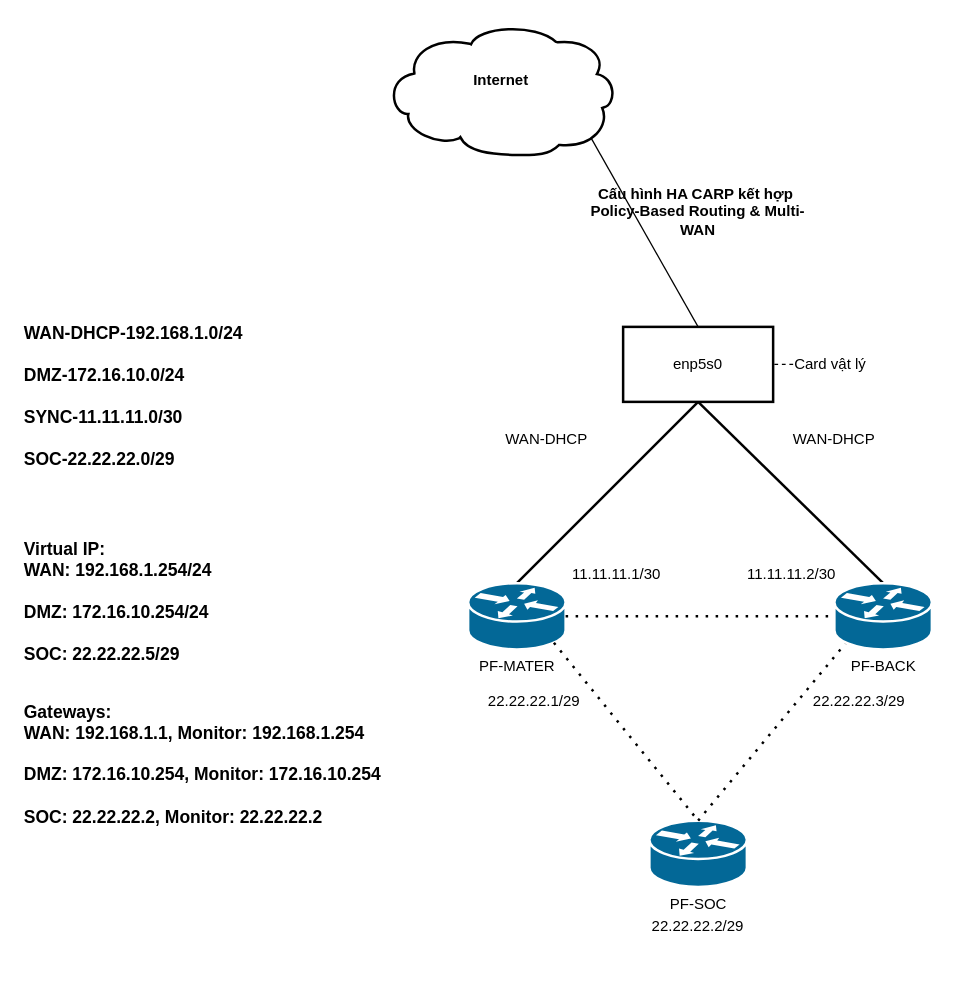
This is lab-001-pfsense-PBR-Multi-WAN.drawio from BHNamSSD/pfsense, a draw.io file, before an edit. Source tidied: cells renumbered, new cells numbered last; positions are measured from the earlier drawing's top-left corner, leaving out a move shared by most shapes. Both pictures are drawn from the tidied source at 125%, with x=0, y=0 at pixel (21, 22).
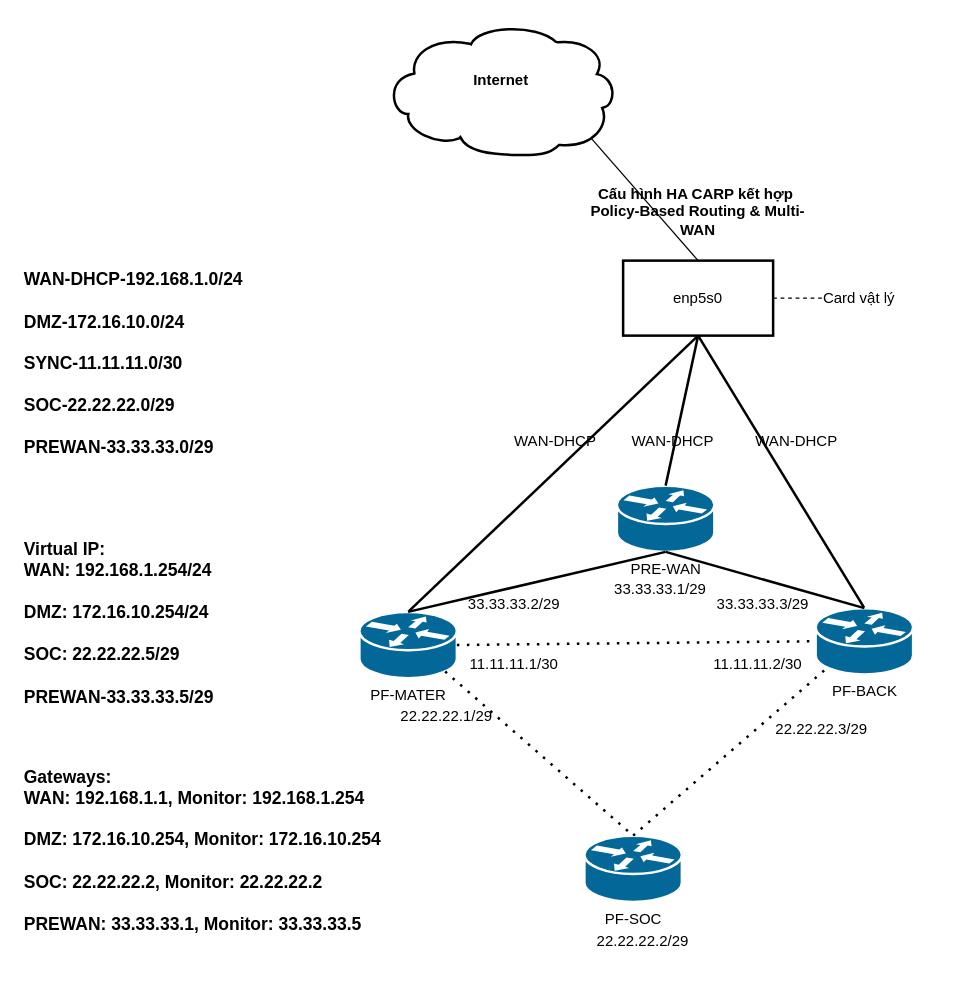
The same diagram, later.

Commit message (it also covers changes not shown here):
Cập nhật lab-001-pfsense-PBR-Multi-WAN.drawio

The edit, as a diff of the source:
```diff
@@
     <mxCell id="4" value="enp5s0" style="rounded=0;whiteSpace=wrap;html=1;strokeWidth=2;" parent="1" vertex="1">
-      <mxGeometry x="481" y="243" width="120" height="60" as="geometry" />
+      <mxGeometry x="481" y="190" width="120" height="60" as="geometry" />
     </mxCell>
     <mxCell id="5" value="Card vật lý" style="text;html=1;align=center;verticalAlign=middle;whiteSpace=wrap;rounded=0;" parent="1" vertex="1">
-      <mxGeometry x="617" y="258" width="60" height="30" as="geometry" />
+      <mxGeometry x="640" y="205" width="60" height="30" as="geometry" />
     </mxCell>
@@
     <mxCell id="8" value="WAN-DHCP" style="text;html=1;align=center;verticalAlign=middle;whiteSpace=wrap;rounded=0;" parent="1" vertex="1">
-      <mxGeometry x="380" y="318" width="80" height="30" as="geometry" />
+      <mxGeometry x="481" y="320" width="80" height="30" as="geometry" />
     </mxCell>
     <mxCell id="9" value="WAN-DHCP" style="text;html=1;align=center;verticalAlign=middle;whiteSpace=wrap;rounded=0;" parent="1" vertex="1">
-      <mxGeometry x="610" y="318" width="80" height="30" as="geometry" />
+      <mxGeometry x="580" y="320" width="80" height="30" as="geometry" />
     </mxCell>
@@
     <mxCell id="11" value="PF-SOC" style="shape=mxgraph.cisco.routers.router;sketch=0;html=1;dashed=0;fillColor=#036897;strokeColor=#ffffff;strokeWidth=2;verticalLabelPosition=bottom;verticalAlign=top;align=center;outlineConnect=0;" parent="1" vertex="1">
-      <mxGeometry x="502" y="638" width="78" height="53" as="geometry" />
+      <mxGeometry x="450" y="650" width="78" height="53" as="geometry" />
     </mxCell>
     <mxCell id="12" value="22.22.22.2/29" style="text;html=1;align=center;verticalAlign=middle;whiteSpace=wrap;rounded=0;" parent="1" vertex="1">
-      <mxGeometry x="511" y="708" width="60" height="30" as="geometry" />
+      <mxGeometry x="467" y="720" width="60" height="30" as="geometry" />
     </mxCell>
@@
-    <mxCell id="14" value="&lt;div&gt;&lt;span&gt;WAN-DHCP-192.168.1.0/24&lt;/span&gt;&lt;/div&gt;&lt;div&gt;&lt;span&gt;&lt;br&gt;&lt;/span&gt;&lt;/div&gt;&lt;div&gt;&lt;span&gt;DMZ-172.16.10.0/24&lt;/span&gt;&lt;/div&gt;&lt;div&gt;&lt;span&gt;&lt;br&gt;&lt;/span&gt;&lt;/div&gt;&lt;div&gt;&lt;span&gt;SYNC-11.11.11.0/30&lt;/span&gt;&lt;/div&gt;&lt;div&gt;&lt;br&gt;&lt;/div&gt;&lt;div&gt;SOC-22.22.22.0/29&lt;/div&gt;&lt;div&gt;&lt;span&gt;&lt;br&gt;&lt;/span&gt;&lt;/div&gt;" style="text;html=1;align=left;verticalAlign=top;whiteSpace=wrap;rounded=0;fontStyle=1;labelPosition=center;verticalLabelPosition=middle;fontSize=14;" parent="1" vertex="1">
-      <mxGeometry y="233" width="220" height="150" as="geometry" />
+    <mxCell id="14" value="&lt;div&gt;&lt;span&gt;WAN-DHCP-192.168.1.0/24&lt;/span&gt;&lt;/div&gt;&lt;div&gt;&lt;span&gt;&lt;br&gt;&lt;/span&gt;&lt;/div&gt;&lt;div&gt;&lt;span&gt;DMZ-172.16.10.0/24&lt;/span&gt;&lt;/div&gt;&lt;div&gt;&lt;span&gt;&lt;br&gt;&lt;/span&gt;&lt;/div&gt;&lt;div&gt;&lt;span&gt;SYNC-11.11.11.0/30&lt;/span&gt;&lt;/div&gt;&lt;div&gt;&lt;br&gt;&lt;/div&gt;&lt;div&gt;SOC-22.22.22.0/29&lt;/div&gt;&lt;div&gt;&lt;br&gt;&lt;/div&gt;&lt;div&gt;PREWAN-33.33.33.0/29&lt;/div&gt;&lt;div&gt;&lt;br&gt;&lt;/div&gt;&lt;div&gt;&lt;br&gt;&lt;/div&gt;&lt;div&gt;&lt;span&gt;&lt;br&gt;&lt;/span&gt;&lt;/div&gt;" style="text;html=1;align=left;verticalAlign=top;whiteSpace=wrap;rounded=0;fontStyle=1;labelPosition=center;verticalLabelPosition=middle;fontSize=14;" parent="1" vertex="1">
+      <mxGeometry y="190" width="220" height="193" as="geometry" />
     </mxCell>
     <mxCell id="15" value="&lt;div&gt;PF-MATER&lt;/div&gt;" style="shape=mxgraph.cisco.routers.router;sketch=0;html=1;dashed=0;fillColor=#036897;strokeColor=#ffffff;strokeWidth=2;verticalLabelPosition=bottom;verticalAlign=top;align=center;outlineConnect=0;" parent="1" vertex="1">
-      <mxGeometry x="357" y="448" width="78" height="53" as="geometry" />
+      <mxGeometry x="270" y="471" width="78" height="53" as="geometry" />
     </mxCell>
     <mxCell id="16" value="PF-BACK" style="shape=mxgraph.cisco.routers.router;sketch=0;html=1;dashed=0;fillColor=#036897;strokeColor=#ffffff;strokeWidth=2;verticalLabelPosition=bottom;verticalAlign=top;align=center;outlineConnect=0;" parent="1" vertex="1">
-      <mxGeometry x="650" y="448" width="78" height="53" as="geometry" />
+      <mxGeometry x="635" y="468" width="78" height="53" as="geometry" />
     </mxCell>
     <mxCell id="17" value="22.22.22.1/29" style="text;html=1;align=center;verticalAlign=middle;whiteSpace=wrap;rounded=0;" parent="1" vertex="1">
-      <mxGeometry x="380" y="528" width="60" height="30" as="geometry" />
+      <mxGeometry x="310" y="540" width="60" height="30" as="geometry" />
     </mxCell>
     <mxCell id="18" value="&lt;div&gt;22.22.22.3/29&lt;/div&gt;" style="text;html=1;align=center;verticalAlign=middle;whiteSpace=wrap;rounded=0;" parent="1" vertex="1">
-      <mxGeometry x="640" y="528" width="60" height="30" as="geometry" />
+      <mxGeometry x="610" y="550" width="60" height="30" as="geometry" />
     </mxCell>
@@
     <mxCell id="21" value="&lt;div&gt;11.11.11.1/30&lt;/div&gt;" style="text;html=1;align=center;verticalAlign=middle;whiteSpace=wrap;rounded=0;" parent="1" vertex="1">
-      <mxGeometry x="442" y="426" width="68" height="30" as="geometry" />
+      <mxGeometry x="360" y="498" width="68" height="30" as="geometry" />
     </mxCell>
     <mxCell id="22" value="&lt;div&gt;11.11.11.2/30&lt;/div&gt;" style="text;html=1;align=center;verticalAlign=middle;whiteSpace=wrap;rounded=0;" parent="1" vertex="1">
-      <mxGeometry x="582" y="426" width="68" height="30" as="geometry" />
+      <mxGeometry x="555" y="498" width="68" height="30" as="geometry" />
     </mxCell>
@@
-    <mxCell id="24" value="&lt;div&gt;&lt;span&gt;Virtual IP:&lt;/span&gt;&lt;/div&gt;&lt;div&gt;&lt;span&gt;WAN: 192.168.1.254/24&lt;/span&gt;&lt;/div&gt;&lt;div&gt;&lt;span&gt;&lt;br&gt;&lt;/span&gt;&lt;/div&gt;&lt;div&gt;&lt;span&gt;DMZ: 172.16.10.254/24&lt;/span&gt;&lt;/div&gt;&lt;div&gt;&lt;span&gt;&lt;br&gt;&lt;/span&gt;&lt;/div&gt;&lt;div&gt;SOC: 22.22.22.5/29&lt;/div&gt;&lt;div&gt;&lt;span&gt;&lt;br&gt;&lt;/span&gt;&lt;/div&gt;" style="text;html=1;align=left;verticalAlign=top;whiteSpace=wrap;rounded=0;fontStyle=1;labelPosition=center;verticalLabelPosition=middle;fontSize=14;" parent="1" vertex="1">
+    <mxCell id="24" value="&lt;div&gt;&lt;span&gt;Virtual IP:&lt;/span&gt;&lt;/div&gt;&lt;div&gt;&lt;span&gt;WAN: 192.168.1.254/24&lt;/span&gt;&lt;/div&gt;&lt;div&gt;&lt;span&gt;&lt;br&gt;&lt;/span&gt;&lt;/div&gt;&lt;div&gt;&lt;span&gt;DMZ: 172.16.10.254/24&lt;/span&gt;&lt;/div&gt;&lt;div&gt;&lt;span&gt;&lt;br&gt;&lt;/span&gt;&lt;/div&gt;&lt;div&gt;SOC: 22.22.22.5/29&lt;/div&gt;&lt;div&gt;&lt;br&gt;&lt;/div&gt;&lt;div&gt;PREWAN-33.33.33.5/29&lt;/div&gt;&lt;div&gt;&lt;span&gt;&lt;br&gt;&lt;/span&gt;&lt;/div&gt;" style="text;html=1;align=left;verticalAlign=top;whiteSpace=wrap;rounded=0;fontStyle=1;labelPosition=center;verticalLabelPosition=middle;fontSize=14;" parent="1" vertex="1">
       <mxGeometry y="406" width="220" height="150" as="geometry" />
     </mxCell>
-    <mxCell id="25" value="&lt;div&gt;&lt;span&gt;Gateways:&lt;/span&gt;&lt;/div&gt;&lt;div&gt;&lt;span&gt;WAN: 192.168.1.1, Monitor: 192.168.1.254&lt;/span&gt;&lt;/div&gt;&lt;div&gt;&lt;span&gt;&lt;br&gt;&lt;/span&gt;&lt;/div&gt;&lt;div&gt;&lt;span&gt;DMZ: 172.16.10.254, Monitor: 172.16.10.254&lt;/span&gt;&lt;/div&gt;&lt;div&gt;&lt;span&gt;&lt;br&gt;&lt;/span&gt;&lt;/div&gt;&lt;div&gt;SOC: 22.22.22.2, Monitor: 22.22.22.2&lt;/div&gt;&lt;div&gt;&lt;span&gt;&lt;br&gt;&lt;/span&gt;&lt;/div&gt;" style="text;html=1;align=left;verticalAlign=top;whiteSpace=wrap;rounded=0;fontStyle=1;labelPosition=center;verticalLabelPosition=middle;fontSize=14;" parent="1" vertex="1">
-      <mxGeometry y="536" width="310" height="150" as="geometry" />
+    <mxCell id="25" value="&lt;div&gt;&lt;span&gt;Gateways:&lt;/span&gt;&lt;/div&gt;&lt;div&gt;&lt;span&gt;WAN: 192.168.1.1, Monitor: 192.168.1.254&lt;/span&gt;&lt;/div&gt;&lt;div&gt;&lt;span&gt;&lt;br&gt;&lt;/span&gt;&lt;/div&gt;&lt;div&gt;&lt;span&gt;DMZ: 172.16.10.254, Monitor: 172.16.10.254&lt;/span&gt;&lt;/div&gt;&lt;div&gt;&lt;span&gt;&lt;br&gt;&lt;/span&gt;&lt;/div&gt;&lt;div&gt;SOC: 22.22.22.2, Monitor: 22.22.22.2&lt;/div&gt;&lt;div&gt;&lt;br&gt;&lt;/div&gt;&lt;div&gt;PREWAN: 33.33.33.1, Monitor: 33.33.33.5&lt;/div&gt;&lt;div&gt;&lt;span&gt;&lt;br&gt;&lt;/span&gt;&lt;/div&gt;" style="text;html=1;align=left;verticalAlign=top;whiteSpace=wrap;rounded=0;fontStyle=1;labelPosition=center;verticalLabelPosition=middle;fontSize=14;" parent="1" vertex="1">
+      <mxGeometry y="588" width="310" height="150" as="geometry" />
     </mxCell>
+    <mxCell id="26" value="PRE-WAN" style="shape=mxgraph.cisco.routers.router;sketch=0;html=1;dashed=0;fillColor=#036897;strokeColor=#ffffff;strokeWidth=2;verticalLabelPosition=bottom;verticalAlign=top;align=center;outlineConnect=0;" parent="1" vertex="1">
+      <mxGeometry x="476" y="370" width="78" height="53" as="geometry" />
+    </mxCell>
+    <mxCell id="27" style="endArrow=none;html=1;rounded=0;entryX=0.5;entryY=1;entryDx=0;entryDy=0;exitX=0.5;exitY=0;exitDx=0;exitDy=0;exitPerimeter=0;strokeWidth=2;entryPerimeter=0;" parent="1" edge="1" source="15" target="26">
+      <mxGeometry relative="1" as="geometry" />
+    </mxCell>
+    <mxCell id="28" style="endArrow=none;html=1;rounded=0;entryX=0.5;entryY=1;entryDx=0;entryDy=0;exitX=0.5;exitY=0;exitDx=0;exitDy=0;exitPerimeter=0;strokeWidth=2;" parent="1" edge="1" source="26" target="4">
+      <mxGeometry relative="1" as="geometry" />
+    </mxCell>
+    <mxCell id="29" value="WAN-DHCP" style="text;html=1;align=center;verticalAlign=middle;whiteSpace=wrap;rounded=0;" parent="1" vertex="1">
+      <mxGeometry x="387" y="320" width="80" height="30" as="geometry" />
+    </mxCell>
+    <mxCell id="30" value="33.33.33.2/29" style="text;html=1;align=center;verticalAlign=middle;whiteSpace=wrap;rounded=0;" parent="1" vertex="1">
+      <mxGeometry x="364" y="450" width="60" height="30" as="geometry" />
+    </mxCell>
+    <mxCell id="31" value="33.33.33.1/29" style="text;html=1;align=center;verticalAlign=middle;whiteSpace=wrap;rounded=0;" parent="1" vertex="1">
+      <mxGeometry x="481" y="438" width="60" height="30" as="geometry" />
+    </mxCell>
+    <mxCell id="32" style="endArrow=none;html=1;rounded=0;entryX=0.5;entryY=1;entryDx=0;entryDy=0;exitX=0.5;exitY=0;exitDx=0;exitDy=0;exitPerimeter=0;strokeWidth=2;entryPerimeter=0;" parent="1" edge="1" source="16" target="26">
+      <mxGeometry relative="1" as="geometry" />
+    </mxCell>
+    <mxCell id="33" value="33.33.33.3/29" style="text;html=1;align=center;verticalAlign=middle;whiteSpace=wrap;rounded=0;" parent="1" vertex="1">
+      <mxGeometry x="563" y="450" width="60" height="30" as="geometry" />
+    </mxCell>
```
